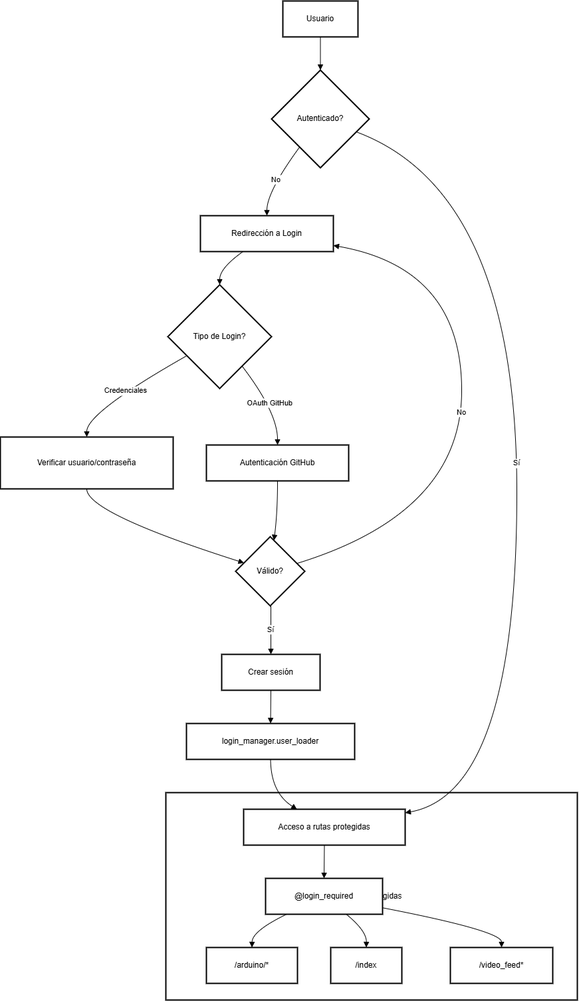
Chelqq/Scarlet-witch-project keeps this draw.io diagram as Diagramas/Diagrama de Seguridad.drawio.png. Above is the earlier version. Source tidied: cells renumbered, new cells last; positions are measured from the earlier drawing's top-left corner, leaving out a move shared by most shapes.
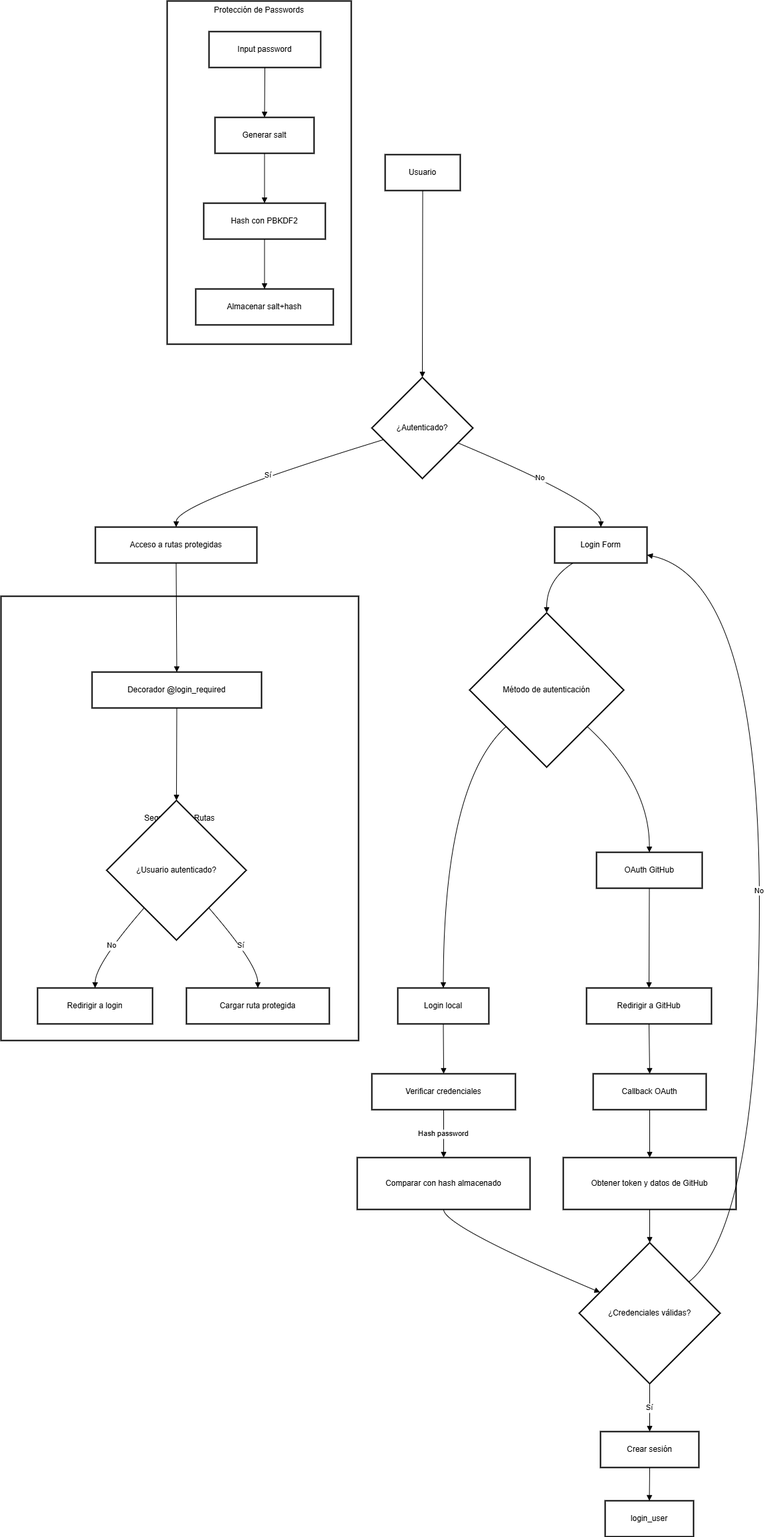
After the commit.

What changed in the source:
```diff
@@ -2,148 +2,186 @@
   <root>
     <mxCell id="0" />
     <mxCell id="1" parent="0" />
-    <mxCell id="2" value="Rutas Protegidas" style="whiteSpace=wrap;strokeWidth=2;" parent="1" vertex="1">
-      <mxGeometry x="249" y="1191" width="619" height="312" as="geometry" />
-    </mxCell>
+    <mxCell id="33" value="Protección de Passwords" style="whiteSpace=wrap;strokeWidth=2;verticalAlign=top;" parent="1" vertex="1">
+      <mxGeometry x="250" width="277" height="516" as="geometry" />
+    </mxCell>
+    <mxCell id="34" value="Input password" style="whiteSpace=wrap;strokeWidth=2;" parent="33" vertex="1">
+      <mxGeometry x="63" y="46" width="168" height="54" as="geometry" />
+    </mxCell>
+    <mxCell id="35" value="Generar salt" style="whiteSpace=wrap;strokeWidth=2;" parent="33" vertex="1">
+      <mxGeometry x="72" y="175" width="149" height="54" as="geometry" />
+    </mxCell>
+    <mxCell id="36" value="Hash con PBKDF2" style="whiteSpace=wrap;strokeWidth=2;" parent="33" vertex="1">
+      <mxGeometry x="55" y="304" width="183" height="54" as="geometry" />
+    </mxCell>
+    <mxCell id="37" value="Almacenar salt+hash" style="whiteSpace=wrap;strokeWidth=2;" parent="33" vertex="1">
+      <mxGeometry x="43" y="433" width="207" height="54" as="geometry" />
+    </mxCell>
+    <mxCell id="38" style="curved=1;startArrow=none;endArrow=block;exitX=0.5;exitY=0.99;entryX=0.5;entryY=-0.01;rounded=0;" parent="33" edge="1" source="34" target="35">
+      <mxGeometry relative="1" as="geometry" />
+    </mxCell>
+    <mxCell id="39" style="curved=1;startArrow=none;endArrow=block;exitX=0.5;exitY=0.99;entryX=0.5;entryY=-0.01;rounded=0;" parent="33" edge="1" source="35" target="36">
+      <mxGeometry relative="1" as="geometry" />
+    </mxCell>
+    <mxCell id="40" style="curved=1;startArrow=none;endArrow=block;exitX=0.5;exitY=0.99;entryX=0.5;entryY=-0.01;rounded=0;" parent="33" edge="1" source="36" target="37">
+      <mxGeometry relative="1" as="geometry" />
+    </mxCell>
+    <mxCell id="41" value="Seguridad de Rutas" style="whiteSpace=wrap;strokeWidth=2;" parent="1" vertex="1">
+      <mxGeometry y="895" width="538" height="668" as="geometry" />
+    </mxCell>
     <mxCell id="3" value="Usuario" style="whiteSpace=wrap;strokeWidth=2;" parent="1" vertex="1">
-      <mxGeometry x="425" width="113" height="54" as="geometry" />
+      <mxGeometry x="578" y="231" width="113" height="54" as="geometry" />
     </mxCell>
-    <mxCell id="4" value="Autenticado?" style="rhombus;strokeWidth=2;whiteSpace=wrap;" parent="1" vertex="1">
-      <mxGeometry x="408" y="104" width="147" height="147" as="geometry" />
-    </mxCell>
-    <mxCell id="5" value="Redirección a Login" style="whiteSpace=wrap;strokeWidth=2;" parent="1" vertex="1">
-      <mxGeometry x="301" y="323" width="200" height="54" as="geometry" />
-    </mxCell>
-    <mxCell id="6" value="Tipo de Login?" style="rhombus;strokeWidth=2;whiteSpace=wrap;" parent="1" vertex="1">
-      <mxGeometry x="252" y="427" width="156" height="156" as="geometry" />
-    </mxCell>
-    <mxCell id="7" value="Verificar usuario/contraseña" style="whiteSpace=wrap;strokeWidth=2;" parent="1" vertex="1">
-      <mxGeometry y="656" width="260" height="78" as="geometry" />
-    </mxCell>
-    <mxCell id="8" value="Autenticación GitHub" style="whiteSpace=wrap;strokeWidth=2;" parent="1" vertex="1">
-      <mxGeometry x="310" y="668" width="214" height="54" as="geometry" />
-    </mxCell>
-    <mxCell id="9" value="Válido?" style="rhombus;strokeWidth=2;whiteSpace=wrap;" parent="1" vertex="1">
-      <mxGeometry x="354" y="806" width="104" height="104" as="geometry" />
-    </mxCell>
+    <mxCell id="42" value="¿Autenticado?" style="rhombus;strokeWidth=2;whiteSpace=wrap;" parent="1" vertex="1">
+      <mxGeometry x="558" y="566" width="152" height="152" as="geometry" />
+    </mxCell>
+    <mxCell id="43" value="Login Form" style="whiteSpace=wrap;strokeWidth=2;" parent="1" vertex="1">
+      <mxGeometry x="833" y="791" width="139" height="54" as="geometry" />
+    </mxCell>
+    <mxCell id="44" value="Método de autenticación" style="rhombus;strokeWidth=2;whiteSpace=wrap;" parent="1" vertex="1">
+      <mxGeometry x="705" y="920" width="232" height="232" as="geometry" />
+    </mxCell>
+    <mxCell id="45" value="Login local" style="whiteSpace=wrap;strokeWidth=2;" parent="1" vertex="1">
+      <mxGeometry x="597" y="1484" width="137" height="54" as="geometry" />
+    </mxCell>
+    <mxCell id="21" value="OAuth GitHub" style="whiteSpace=wrap;strokeWidth=2;" parent="1" vertex="1">
+      <mxGeometry x="896" y="1280" width="159" height="54" as="geometry" />
+    </mxCell>
+    <mxCell id="46" value="Verificar credenciales" style="whiteSpace=wrap;strokeWidth=2;" parent="1" vertex="1">
+      <mxGeometry x="558" y="1613" width="216" height="54" as="geometry" />
+    </mxCell>
+    <mxCell id="47" value="Comparar con hash almacenado" style="whiteSpace=wrap;strokeWidth=2;" parent="1" vertex="1">
+      <mxGeometry x="536" y="1739" width="260" height="78" as="geometry" />
+    </mxCell>
+    <mxCell id="48" value="Redirigir a GitHub" style="whiteSpace=wrap;strokeWidth=2;" parent="1" vertex="1">
+      <mxGeometry x="881" y="1484" width="188" height="54" as="geometry" />
+    </mxCell>
+    <mxCell id="49" value="Callback OAuth" style="whiteSpace=wrap;strokeWidth=2;" parent="1" vertex="1">
+      <mxGeometry x="891" y="1613" width="170" height="54" as="geometry" />
+    </mxCell>
+    <mxCell id="50" value="Obtener token y datos de GitHub" style="whiteSpace=wrap;strokeWidth=2;" parent="1" vertex="1">
+      <mxGeometry x="846" y="1739" width="260" height="78" as="geometry" />
+    </mxCell>
+    <mxCell id="51" value="¿Credenciales válidas?" style="rhombus;strokeWidth=2;whiteSpace=wrap;" parent="1" vertex="1">
+      <mxGeometry x="870" y="1867" width="212" height="212" as="geometry" />
+    </mxCell>
     <mxCell id="10" value="Crear sesión" style="whiteSpace=wrap;strokeWidth=2;" parent="1" vertex="1">
-      <mxGeometry x="333" y="983" width="148" height="54" as="geometry" />
+      <mxGeometry x="902" y="2151" width="148" height="54" as="geometry" />
     </mxCell>
-    <mxCell id="11" value="login_manager.user_loader" style="whiteSpace=wrap;strokeWidth=2;" parent="1" vertex="1">
-      <mxGeometry x="280" y="1087" width="253" height="54" as="geometry" />
-    </mxCell>
+    <mxCell id="52" value="login_user" style="whiteSpace=wrap;strokeWidth=2;" parent="1" vertex="1">
+      <mxGeometry x="909" y="2255" width="133" height="54" as="geometry" />
+    </mxCell>
     <mxCell id="12" value="Acceso a rutas protegidas" style="whiteSpace=wrap;strokeWidth=2;" parent="1" vertex="1">
-      <mxGeometry x="366" y="1216" width="243" height="54" as="geometry" />
+      <mxGeometry x="142" y="791" width="243" height="54" as="geometry" />
     </mxCell>
-    <mxCell id="13" value="@login_required" style="whiteSpace=wrap;strokeWidth=2;" parent="1" vertex="1">
-      <mxGeometry x="399" y="1320" width="176" height="54" as="geometry" />
-    </mxCell>
-    <mxCell id="14" value="/arduino/*" style="whiteSpace=wrap;strokeWidth=2;" parent="1" vertex="1">
-      <mxGeometry x="310" y="1424" width="137" height="54" as="geometry" />
-    </mxCell>
-    <mxCell id="15" value="/index" style="whiteSpace=wrap;strokeWidth=2;" parent="1" vertex="1">
-      <mxGeometry x="497" y="1424" width="107" height="54" as="geometry" />
-    </mxCell>
-    <mxCell id="16" value="/video_feed*" style="whiteSpace=wrap;strokeWidth=2;" parent="1" vertex="1">
-      <mxGeometry x="677" y="1424" width="154" height="54" as="geometry" />
-    </mxCell>
-    <mxCell id="17" style="curved=1;startArrow=none;endArrow=block;exitX=0.5;exitY=1;entryX=0.5;entryY=0;rounded=0;" parent="1" edge="1" source="3" target="4">
-      <mxGeometry relative="1" as="geometry" />
-    </mxCell>
-    <mxCell id="18" value="No" style="curved=1;startArrow=none;endArrow=block;exitX=0.13;exitY=1;entryX=0.5;entryY=0;rounded=0;" parent="1" edge="1" source="4" target="5">
-      <mxGeometry relative="1" as="geometry">
-        <Array as="points">
-          <mxPoint x="401" y="287" />
-        </Array>
-      </mxGeometry>
-    </mxCell>
-    <mxCell id="19" style="curved=1;startArrow=none;endArrow=block;exitX=0.32;exitY=1;entryX=0.5;entryY=0;rounded=0;" parent="1" edge="1" source="5" target="6">
-      <mxGeometry relative="1" as="geometry">
-        <Array as="points">
-          <mxPoint x="330" y="402" />
-        </Array>
-      </mxGeometry>
-    </mxCell>
-    <mxCell id="20" value="Credenciales" style="curved=1;startArrow=none;endArrow=block;exitX=0;exitY=0.79;entryX=0.5;entryY=-0.01;rounded=0;" parent="1" edge="1" source="6" target="7">
-      <mxGeometry relative="1" as="geometry">
-        <Array as="points">
-          <mxPoint x="130" y="619" />
-        </Array>
-      </mxGeometry>
-    </mxCell>
-    <mxCell id="21" value="OAuth GitHub" style="curved=1;startArrow=none;endArrow=block;exitX=0.88;exitY=1;entryX=0.5;entryY=-0.01;rounded=0;" parent="1" edge="1" source="6" target="8">
-      <mxGeometry relative="1" as="geometry">
-        <Array as="points">
-          <mxPoint x="417" y="619" />
-        </Array>
-      </mxGeometry>
-    </mxCell>
-    <mxCell id="22" style="curved=1;startArrow=none;endArrow=block;exitX=0.5;exitY=0.99;entryX=0;entryY=0.34;rounded=0;" parent="1" edge="1" source="7" target="9">
-      <mxGeometry relative="1" as="geometry">
-        <Array as="points">
-          <mxPoint x="130" y="770" />
-        </Array>
-      </mxGeometry>
-    </mxCell>
-    <mxCell id="23" style="curved=1;startArrow=none;endArrow=block;exitX=0.5;exitY=0.99;entryX=0.56;entryY=0;rounded=0;" parent="1" edge="1" source="8" target="9">
-      <mxGeometry relative="1" as="geometry">
-        <Array as="points">
-          <mxPoint x="417" y="770" />
-        </Array>
-      </mxGeometry>
-    </mxCell>
-    <mxCell id="24" value="No" style="curved=1;startArrow=none;endArrow=block;exitX=1.01;exitY=0.35;entryX=1;entryY=0.83;rounded=0;" parent="1" edge="1" source="9" target="5">
-      <mxGeometry relative="1" as="geometry">
-        <Array as="points">
-          <mxPoint x="694" y="770" />
-          <mxPoint x="694" y="402" />
-        </Array>
-      </mxGeometry>
-    </mxCell>
-    <mxCell id="25" value="Sí" style="curved=1;startArrow=none;endArrow=block;exitX=0.51;exitY=1.01;entryX=0.5;entryY=0;rounded=0;" parent="1" edge="1" source="9" target="10">
-      <mxGeometry relative="1" as="geometry" />
-    </mxCell>
-    <mxCell id="26" style="curved=1;startArrow=none;endArrow=block;exitX=0.5;exitY=1;entryX=0.5;entryY=0;rounded=0;" parent="1" edge="1" source="10" target="11">
-      <mxGeometry relative="1" as="geometry" />
-    </mxCell>
-    <mxCell id="27" style="curved=1;startArrow=none;endArrow=block;exitX=0.5;exitY=1;entryX=0.33;entryY=0;rounded=0;" parent="1" edge="1" source="11" target="12">
-      <mxGeometry relative="1" as="geometry">
-        <Array as="points">
-          <mxPoint x="407" y="1191" />
-        </Array>
-      </mxGeometry>
-    </mxCell>
-    <mxCell id="28" value="Sí" style="curved=1;startArrow=none;endArrow=block;exitX=1;exitY=0.68;entryX=1;entryY=0.1;rounded=0;" parent="1" edge="1" source="4" target="12">
-      <mxGeometry relative="1" as="geometry">
-        <Array as="points">
-          <mxPoint x="777" y="287" />
-          <mxPoint x="777" y="1191" />
-        </Array>
-      </mxGeometry>
-    </mxCell>
-    <mxCell id="29" style="curved=1;startArrow=none;endArrow=block;exitX=0.5;exitY=1;entryX=0.5;entryY=0;rounded=0;" parent="1" edge="1" source="12" target="13">
-      <mxGeometry relative="1" as="geometry" />
-    </mxCell>
-    <mxCell id="30" style="curved=1;startArrow=none;endArrow=block;exitX=0.18;exitY=1;entryX=0.5;entryY=0;rounded=0;" parent="1" edge="1" source="13" target="14">
-      <mxGeometry relative="1" as="geometry">
-        <Array as="points">
-          <mxPoint x="379" y="1399" />
-        </Array>
-      </mxGeometry>
-    </mxCell>
-    <mxCell id="31" style="curved=1;startArrow=none;endArrow=block;exitX=0.69;exitY=1;entryX=0.5;entryY=0;rounded=0;" parent="1" edge="1" source="13" target="15">
-      <mxGeometry relative="1" as="geometry">
-        <Array as="points">
-          <mxPoint x="551" y="1399" />
-        </Array>
-      </mxGeometry>
-    </mxCell>
-    <mxCell id="32" style="curved=1;startArrow=none;endArrow=block;exitX=1;exitY=0.82;entryX=0.5;entryY=0;rounded=0;" parent="1" edge="1" source="13" target="16">
-      <mxGeometry relative="1" as="geometry">
-        <Array as="points">
-          <mxPoint x="754" y="1399" />
-        </Array>
-      </mxGeometry>
-    </mxCell>
+    <mxCell id="53" value="Decorador @login_required" style="whiteSpace=wrap;strokeWidth=2;" parent="1" vertex="1">
+      <mxGeometry x="137" y="1009" width="255" height="54" as="geometry" />
+    </mxCell>
+    <mxCell id="54" value="¿Usuario autenticado?" style="rhombus;strokeWidth=2;whiteSpace=wrap;" parent="1" vertex="1">
+      <mxGeometry x="159" y="1202" width="210" height="210" as="geometry" />
+    </mxCell>
+    <mxCell id="55" value="Redirigir a login" style="whiteSpace=wrap;strokeWidth=2;" parent="1" vertex="1">
+      <mxGeometry x="55" y="1484" width="173" height="54" as="geometry" />
+    </mxCell>
+    <mxCell id="56" value="Cargar ruta protegida" style="whiteSpace=wrap;strokeWidth=2;" parent="1" vertex="1">
+      <mxGeometry x="279" y="1484" width="215" height="54" as="geometry" />
+    </mxCell>
+    <mxCell id="57" style="curved=1;startArrow=none;endArrow=block;exitX=0.5;exitY=1;entryX=0.5;entryY=0;rounded=0;" parent="1" edge="1" source="3" target="42">
+      <mxGeometry relative="1" as="geometry" />
+    </mxCell>
+    <mxCell id="58" value="No" style="curved=1;startArrow=none;endArrow=block;exitX=1;exitY=0.71;entryX=0.5;entryY=0;rounded=0;" parent="1" edge="1" source="42" target="43">
+      <mxGeometry relative="1" as="geometry">
+        <Array as="points">
+          <mxPoint x="903" y="755" />
+        </Array>
+      </mxGeometry>
+    </mxCell>
+    <mxCell id="59" style="curved=1;startArrow=none;endArrow=block;exitX=0.2;exitY=1;entryX=0.5;entryY=0;rounded=0;" parent="1" edge="1" source="43" target="44">
+      <mxGeometry relative="1" as="geometry">
+        <Array as="points">
+          <mxPoint x="821" y="870" />
+        </Array>
+      </mxGeometry>
+    </mxCell>
+    <mxCell id="60" style="curved=1;startArrow=none;endArrow=block;exitX=0;exitY=0.95;entryX=0.5;entryY=-0.01;rounded=0;" parent="1" edge="1" source="44" target="45">
+      <mxGeometry relative="1" as="geometry">
+        <Array as="points">
+          <mxPoint x="666" y="1177" />
+        </Array>
+      </mxGeometry>
+    </mxCell>
+    <mxCell id="61" style="curved=1;startArrow=none;endArrow=block;exitX=1;exitY=0.95;entryX=0.5;entryY=-0.01;rounded=0;" parent="1" edge="1" source="44" target="21">
+      <mxGeometry relative="1" as="geometry">
+        <Array as="points">
+          <mxPoint x="976" y="1177" />
+        </Array>
+      </mxGeometry>
+    </mxCell>
+    <mxCell id="62" style="curved=1;startArrow=none;endArrow=block;exitX=0.5;exitY=0.99;entryX=0.5;entryY=-0.01;rounded=0;" parent="1" edge="1" source="45" target="46">
+      <mxGeometry relative="1" as="geometry" />
+    </mxCell>
+    <mxCell id="63" value="Hash password" style="curved=1;startArrow=none;endArrow=block;exitX=0.5;exitY=0.99;entryX=0.5;entryY=0;rounded=0;" parent="1" edge="1" source="46" target="47">
+      <mxGeometry relative="1" as="geometry" />
+    </mxCell>
+    <mxCell id="64" style="curved=1;startArrow=none;endArrow=block;exitX=0.5;exitY=0.99;entryX=0.5;entryY=-0.01;rounded=0;" parent="1" edge="1" source="21" target="48">
+      <mxGeometry relative="1" as="geometry" />
+    </mxCell>
+    <mxCell id="65" style="curved=1;startArrow=none;endArrow=block;exitX=0.5;exitY=0.99;entryX=0.5;entryY=-0.01;rounded=0;" parent="1" edge="1" source="48" target="49">
+      <mxGeometry relative="1" as="geometry" />
+    </mxCell>
+    <mxCell id="66" style="curved=1;startArrow=none;endArrow=block;exitX=0.5;exitY=0.99;entryX=0.5;entryY=0;rounded=0;" parent="1" edge="1" source="49" target="50">
+      <mxGeometry relative="1" as="geometry" />
+    </mxCell>
+    <mxCell id="67" style="curved=1;startArrow=none;endArrow=block;exitX=0.5;exitY=1;entryX=0;entryY=0.29;rounded=0;" parent="1" edge="1" source="47" target="51">
+      <mxGeometry relative="1" as="geometry">
+        <Array as="points">
+          <mxPoint x="666" y="1842" />
+        </Array>
+      </mxGeometry>
+    </mxCell>
+    <mxCell id="68" style="curved=1;startArrow=none;endArrow=block;exitX=0.5;exitY=1;entryX=0.5;entryY=0;rounded=0;" parent="1" edge="1" source="50" target="51">
+      <mxGeometry relative="1" as="geometry" />
+    </mxCell>
+    <mxCell id="69" value="No" style="curved=1;startArrow=none;endArrow=block;exitX=1;exitY=0.1;entryX=1.01;entryY=0.78;rounded=0;" parent="1" edge="1" source="51" target="43">
+      <mxGeometry relative="1" as="geometry">
+        <Array as="points">
+          <mxPoint x="1141" y="1842" />
+          <mxPoint x="1141" y="870" />
+        </Array>
+      </mxGeometry>
+    </mxCell>
+    <mxCell id="70" value="Sí" style="curved=1;startArrow=none;endArrow=block;exitX=0.5;exitY=1;entryX=0.5;entryY=0;rounded=0;" parent="1" edge="1" source="51" target="10">
+      <mxGeometry relative="1" as="geometry" />
+    </mxCell>
+    <mxCell id="71" style="curved=1;startArrow=none;endArrow=block;exitX=0.5;exitY=1;entryX=0.5;entryY=0;rounded=0;" parent="1" edge="1" source="10" target="52">
+      <mxGeometry relative="1" as="geometry" />
+    </mxCell>
+    <mxCell id="72" value="Sí" style="curved=1;startArrow=none;endArrow=block;exitX=0;exitY=0.65;entryX=0.5;entryY=0;rounded=0;" parent="1" edge="1" source="42" target="12">
+      <mxGeometry relative="1" as="geometry">
+        <Array as="points">
+          <mxPoint x="264" y="755" />
+        </Array>
+      </mxGeometry>
+    </mxCell>
+    <mxCell id="73" style="curved=1;startArrow=none;endArrow=block;exitX=0.5;exitY=1;entryX=0.5;entryY=0;rounded=0;" parent="1" edge="1" source="12" target="53">
+      <mxGeometry relative="1" as="geometry" />
+    </mxCell>
+    <mxCell id="74" style="curved=1;startArrow=none;endArrow=block;exitX=0.5;exitY=1;entryX=0.5;entryY=0;rounded=0;" parent="1" edge="1" source="53" target="54">
+      <mxGeometry relative="1" as="geometry" />
+    </mxCell>
+    <mxCell id="75" value="No" style="curved=1;startArrow=none;endArrow=block;exitX=0.07;exitY=1;entryX=0.5;entryY=-0.01;rounded=0;" parent="1" edge="1" source="54" target="55">
+      <mxGeometry relative="1" as="geometry">
+        <Array as="points">
+          <mxPoint x="142" y="1448" />
+        </Array>
+      </mxGeometry>
+    </mxCell>
+    <mxCell id="76" value="Sí" style="curved=1;startArrow=none;endArrow=block;exitX=0.93;exitY=1;entryX=0.5;entryY=-0.01;rounded=0;" parent="1" edge="1" source="54" target="56">
+      <mxGeometry relative="1" as="geometry">
+        <Array as="points">
+          <mxPoint x="386" y="1448" />
+        </Array>
+      </mxGeometry>
+    </mxCell>
   </root>
 </mxGraphModel>
```
